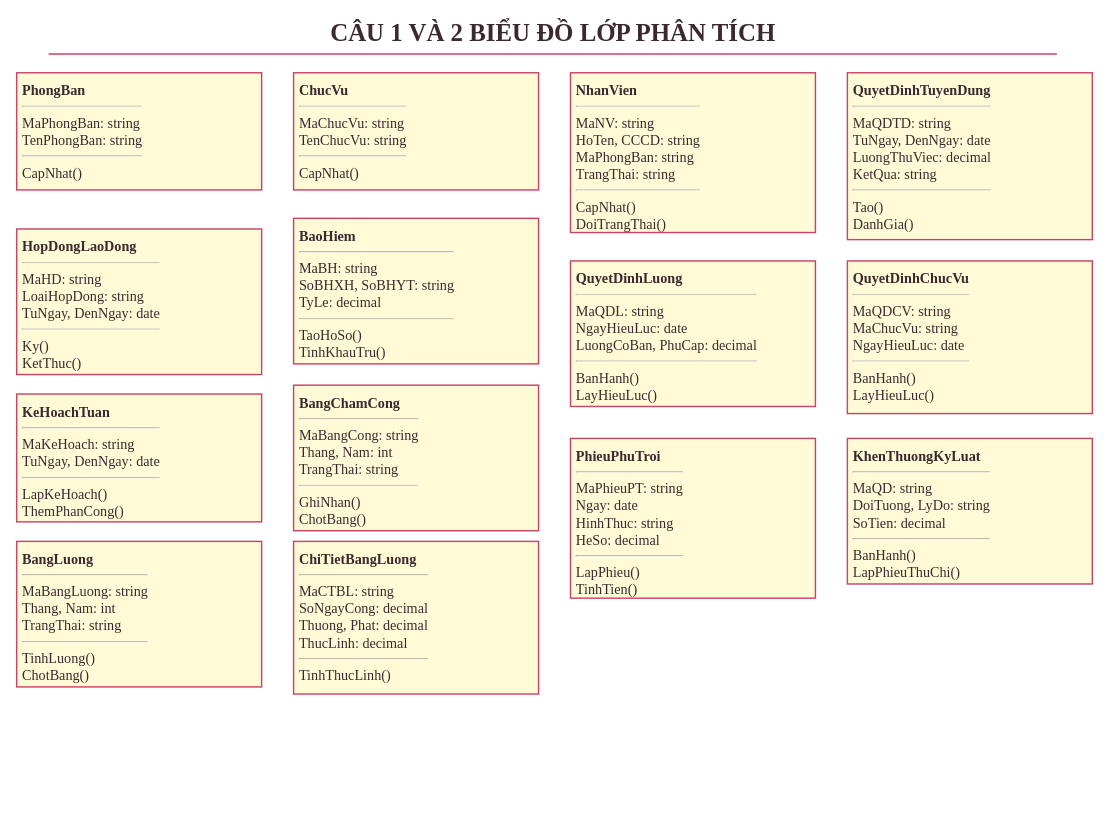
This is page "Câu 1 Và 2 Biểu Đồ Lớp Phân Tích" (1 of 7) of LAB_AT_OOSD/LAB07/thietke/PhamMinhGiang-12DHCNPM1-LAB07-User.drawio from 1250080044-PhamMinhGiang-12DHCNPM1/OOP-Lab, a draw.io file, before an edit. Source tidied: cells renumbered, new cells numbered last; positions are measured from the earlier drawing's top-left corner, leaving out a move shared by most shapes. Both pictures are drawn from the tidied source at 71%, with x=0, y=0 at pixel (16, 12).
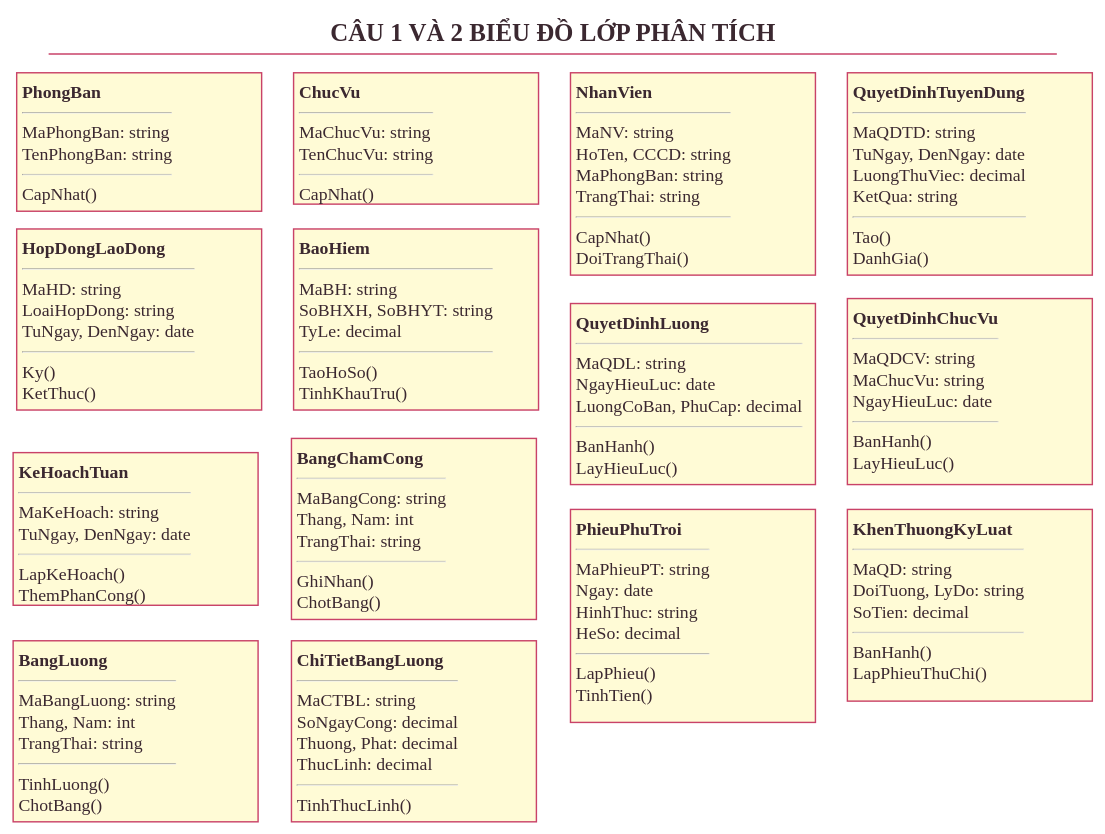
The same diagram, later.

The edit, as a diff of the source:
```diff
@@
 <mxGraphModel background="#FFFFFF">
   <root>
     <mxCell id="0" />
     <mxCell id="1" parent="0" />
     <mxCell id="2" value="CÂU 1 VÀ 2  BIỂU ĐỒ LỚP PHÂN TÍCH" style="text;html=1;align=center;verticalAlign=middle;fontSize=35;fontStyle=1;fontColor=#3B2830;strokeColor=none;fillColor=none;fontFamily=Times New Roman;" parent="1" vertex="1">
       <mxGeometry x="45" width="1420" height="58" as="geometry" />
     </mxCell>
-    <mxCell id="3" style="shape=line;strokeColor=#C94268;strokeWidth=2;fontFamily=Times New Roman;fontSize=20;align=left;" parent="1" vertex="1">
+    <mxCell id="3" style="shape=line;strokeColor=#C94268;strokeWidth=2;fontFamily=Times New Roman;fontSize=25;align=left;" parent="1" vertex="1">
       <mxGeometry x="45" y="58" width="1420" height="1" as="geometry" />
     </mxCell>
-    <mxCell id="4" value="&lt;b&gt;PhongBan&lt;/b&gt;&lt;hr&gt;MaPhongBan: string&lt;br&gt;TenPhongBan: string&lt;hr&gt;CapNhat()" style="rounded=0;whiteSpace=wrap;html=1;fontColor=#3B2830;strokeColor=#C94268;strokeWidth=2;fillColor=#FFFBD6;fontSize=20;align=left;verticalAlign=top;spacing=8;fontFamily=Times New Roman;" parent="1" vertex="1">
-      <mxGeometry y="85" width="345" height="165" as="geometry" />
+    <mxCell id="4" value="&lt;b&gt;PhongBan&lt;/b&gt;&lt;hr&gt;MaPhongBan: string&lt;br&gt;TenPhongBan: string&lt;hr&gt;CapNhat()" style="rounded=0;whiteSpace=wrap;html=1;fontColor=#3B2830;strokeColor=#C94268;strokeWidth=2;fillColor=#FFFBD6;fontSize=25;align=left;verticalAlign=top;spacing=8;fontFamily=Times New Roman;" parent="1" vertex="1">
+      <mxGeometry y="85" width="345" height="195" as="geometry" />
     </mxCell>
-    <mxCell id="5" value="&lt;b&gt;ChucVu&lt;/b&gt;&lt;hr&gt;MaChucVu: string&lt;br&gt;TenChucVu: string&lt;hr&gt;CapNhat()" style="rounded=0;whiteSpace=wrap;html=1;fontColor=#3B2830;strokeColor=#C94268;strokeWidth=2;fillColor=#FFFBD6;fontSize=20;align=left;verticalAlign=top;spacing=8;fontFamily=Times New Roman;" parent="1" vertex="1">
-      <mxGeometry x="390" y="85" width="345" height="165" as="geometry" />
+    <mxCell id="5" value="&lt;b&gt;ChucVu&lt;/b&gt;&lt;hr&gt;MaChucVu: string&lt;br&gt;TenChucVu: string&lt;hr&gt;CapNhat()" style="rounded=0;whiteSpace=wrap;html=1;fontColor=#3B2830;strokeColor=#C94268;strokeWidth=2;fillColor=#FFFBD6;fontSize=25;align=left;verticalAlign=top;spacing=8;fontFamily=Times New Roman;" parent="1" vertex="1">
+      <mxGeometry x="390" y="85" width="345" height="185" as="geometry" />
     </mxCell>
-    <mxCell id="6" value="&lt;b&gt;NhanVien&lt;/b&gt;&lt;hr&gt;MaNV: string&lt;br&gt;HoTen, CCCD: string&lt;br&gt;MaPhongBan: string&lt;br&gt;TrangThai: string&lt;hr&gt;CapNhat()&lt;br&gt;DoiTrangThai()" style="rounded=0;whiteSpace=wrap;html=1;fontColor=#3B2830;strokeColor=#C94268;strokeWidth=2;fillColor=#FFFBD6;fontSize=20;align=left;verticalAlign=top;spacing=8;fontFamily=Times New Roman;" parent="1" vertex="1">
-      <mxGeometry x="780" y="85" width="345" height="225" as="geometry" />
+    <mxCell id="6" value="&lt;b&gt;NhanVien&lt;/b&gt;&lt;hr&gt;MaNV: string&lt;br&gt;HoTen, CCCD: string&lt;br&gt;MaPhongBan: string&lt;br&gt;TrangThai: string&lt;hr&gt;CapNhat()&lt;br&gt;DoiTrangThai()" style="rounded=0;whiteSpace=wrap;html=1;fontColor=#3B2830;strokeColor=#C94268;strokeWidth=2;fillColor=#FFFBD6;fontSize=25;align=left;verticalAlign=top;spacing=8;fontFamily=Times New Roman;" parent="1" vertex="1">
+      <mxGeometry x="780" y="85" width="345" height="285" as="geometry" />
     </mxCell>
-    <mxCell id="7" value="&lt;b&gt;QuyetDinhTuyenDung&lt;/b&gt;&lt;hr&gt;MaQDTD: string&lt;br&gt;TuNgay, DenNgay: date&lt;br&gt;LuongThuViec: decimal&lt;br&gt;KetQua: string&lt;hr&gt;Tao()&lt;br&gt;DanhGia()" style="rounded=0;whiteSpace=wrap;html=1;fontColor=#3B2830;strokeColor=#C94268;strokeWidth=2;fillColor=#FFFBD6;fontSize=20;align=left;verticalAlign=top;spacing=8;fontFamily=Times New Roman;" parent="1" vertex="1">
-      <mxGeometry x="1170" y="85" width="345" height="235" as="geometry" />
+    <mxCell id="7" value="&lt;b&gt;QuyetDinhTuyenDung&lt;/b&gt;&lt;hr&gt;MaQDTD: string&lt;br&gt;TuNgay, DenNgay: date&lt;br&gt;LuongThuViec: decimal&lt;br&gt;KetQua: string&lt;hr&gt;Tao()&lt;br&gt;DanhGia()" style="rounded=0;whiteSpace=wrap;html=1;fontColor=#3B2830;strokeColor=#C94268;strokeWidth=2;fillColor=#FFFBD6;fontSize=25;align=left;verticalAlign=top;spacing=8;fontFamily=Times New Roman;" parent="1" vertex="1">
+      <mxGeometry x="1170" y="85" width="345" height="285" as="geometry" />
     </mxCell>
-    <mxCell id="8" value="&lt;b&gt;HopDongLaoDong&lt;/b&gt;&lt;hr&gt;MaHD: string&lt;br&gt;LoaiHopDong: string&lt;br&gt;TuNgay, DenNgay: date&lt;hr&gt;Ky()&lt;br&gt;KetThuc()" style="rounded=0;whiteSpace=wrap;html=1;fontColor=#3B2830;strokeColor=#C94268;strokeWidth=2;fillColor=#FFFBD6;fontSize=20;align=left;verticalAlign=top;spacing=8;fontFamily=Times New Roman;" parent="1" vertex="1">
-      <mxGeometry y="305" width="345" height="205" as="geometry" />
+    <mxCell id="8" value="&lt;b&gt;HopDongLaoDong&lt;/b&gt;&lt;hr&gt;MaHD: string&lt;br&gt;LoaiHopDong: string&lt;br&gt;TuNgay, DenNgay: date&lt;hr&gt;Ky()&lt;br&gt;KetThuc()" style="rounded=0;whiteSpace=wrap;html=1;fontColor=#3B2830;strokeColor=#C94268;strokeWidth=2;fillColor=#FFFBD6;fontSize=25;align=left;verticalAlign=top;spacing=8;fontFamily=Times New Roman;" parent="1" vertex="1">
+      <mxGeometry y="305" width="345" height="255" as="geometry" />
     </mxCell>
-    <mxCell id="9" value="&lt;b&gt;BaoHiem&lt;/b&gt;&lt;hr&gt;MaBH: string&lt;br&gt;SoBHXH, SoBHYT: string&lt;br&gt;TyLe: decimal&lt;hr&gt;TaoHoSo()&lt;br&gt;TinhKhauTru()" style="rounded=0;whiteSpace=wrap;html=1;fontColor=#3B2830;strokeColor=#C94268;strokeWidth=2;fillColor=#FFFBD6;fontSize=20;align=left;verticalAlign=top;spacing=8;fontFamily=Times New Roman;" parent="1" vertex="1">
-      <mxGeometry x="390" y="290" width="345" height="205" as="geometry" />
+    <mxCell id="9" value="&lt;b&gt;BaoHiem&lt;/b&gt;&lt;hr&gt;MaBH: string&lt;br&gt;SoBHXH, SoBHYT: string&lt;br&gt;TyLe: decimal&lt;hr&gt;TaoHoSo()&lt;br&gt;TinhKhauTru()" style="rounded=0;whiteSpace=wrap;html=1;fontColor=#3B2830;strokeColor=#C94268;strokeWidth=2;fillColor=#FFFBD6;fontSize=25;align=left;verticalAlign=top;spacing=8;fontFamily=Times New Roman;" parent="1" vertex="1">
+      <mxGeometry x="390" y="305" width="345" height="255" as="geometry" />
     </mxCell>
-    <mxCell id="10" value="&lt;b&gt;QuyetDinhLuong&lt;/b&gt;&lt;hr&gt;MaQDL: string&lt;br&gt;NgayHieuLuc: date&lt;br&gt;LuongCoBan, PhuCap: decimal&lt;hr&gt;BanHanh()&lt;br&gt;LayHieuLuc()" style="rounded=0;whiteSpace=wrap;html=1;fontColor=#3B2830;strokeColor=#C94268;strokeWidth=2;fillColor=#FFFBD6;fontSize=20;align=left;verticalAlign=top;spacing=8;fontFamily=Times New Roman;" parent="1" vertex="1">
-      <mxGeometry x="780" y="350" width="345" height="205" as="geometry" />
+    <mxCell id="10" value="&lt;b&gt;QuyetDinhLuong&lt;/b&gt;&lt;hr&gt;MaQDL: string&lt;br&gt;NgayHieuLuc: date&lt;br&gt;LuongCoBan, PhuCap: decimal&lt;hr&gt;BanHanh()&lt;br&gt;LayHieuLuc()" style="rounded=0;whiteSpace=wrap;html=1;fontColor=#3B2830;strokeColor=#C94268;strokeWidth=2;fillColor=#FFFBD6;fontSize=25;align=left;verticalAlign=top;spacing=8;fontFamily=Times New Roman;" parent="1" vertex="1">
+      <mxGeometry x="780" y="410" width="345" height="255" as="geometry" />
     </mxCell>
-    <mxCell id="11" value="&lt;b&gt;QuyetDinhChucVu&lt;/b&gt;&lt;hr&gt;MaQDCV: string&lt;br&gt;MaChucVu: string&lt;br&gt;NgayHieuLuc: date&lt;hr&gt;BanHanh()&lt;br&gt;LayHieuLuc()" style="rounded=0;whiteSpace=wrap;html=1;fontColor=#3B2830;strokeColor=#C94268;strokeWidth=2;fillColor=#FFFBD6;fontSize=20;align=left;verticalAlign=top;spacing=8;fontFamily=Times New Roman;" parent="1" vertex="1">
-      <mxGeometry x="1170" y="350" width="345" height="215" as="geometry" />
+    <mxCell id="11" value="&lt;b&gt;QuyetDinhChucVu&lt;/b&gt;&lt;hr&gt;MaQDCV: string&lt;br&gt;MaChucVu: string&lt;br&gt;NgayHieuLuc: date&lt;hr&gt;BanHanh()&lt;br&gt;LayHieuLuc()" style="rounded=0;whiteSpace=wrap;html=1;fontColor=#3B2830;strokeColor=#C94268;strokeWidth=2;fillColor=#FFFBD6;fontSize=25;align=left;verticalAlign=top;spacing=8;fontFamily=Times New Roman;" parent="1" vertex="1">
+      <mxGeometry x="1170" y="403" width="345" height="262" as="geometry" />
     </mxCell>
-    <mxCell id="12" value="&lt;b&gt;KeHoachTuan&lt;/b&gt;&lt;hr&gt;MaKeHoach: string&lt;br&gt;TuNgay, DenNgay: date&lt;hr&gt;LapKeHoach()&lt;br&gt;ThemPhanCong()" style="rounded=0;whiteSpace=wrap;html=1;fontColor=#3B2830;strokeColor=#C94268;strokeWidth=2;fillColor=#FFFBD6;fontSize=20;align=left;verticalAlign=top;spacing=8;fontFamily=Times New Roman;" parent="1" vertex="1">
-      <mxGeometry y="537.5" width="345" height="180" as="geometry" />
+    <mxCell id="12" value="&lt;b&gt;KeHoachTuan&lt;/b&gt;&lt;hr&gt;MaKeHoach: string&lt;br&gt;TuNgay, DenNgay: date&lt;hr&gt;LapKeHoach()&lt;br&gt;ThemPhanCong()" style="rounded=0;whiteSpace=wrap;html=1;fontColor=#3B2830;strokeColor=#C94268;strokeWidth=2;fillColor=#FFFBD6;fontSize=25;align=left;verticalAlign=top;spacing=8;fontFamily=Times New Roman;" parent="1" vertex="1">
+      <mxGeometry x="-5" y="620" width="345" height="215" as="geometry" />
     </mxCell>
-    <mxCell id="13" value="&lt;b&gt;BangChamCong&lt;/b&gt;&lt;hr&gt;MaBangCong: string&lt;br&gt;Thang, Nam: int&lt;br&gt;TrangThai: string&lt;hr&gt;GhiNhan()&lt;br&gt;ChotBang()" style="rounded=0;whiteSpace=wrap;html=1;fontColor=#3B2830;strokeColor=#C94268;strokeWidth=2;fillColor=#FFFBD6;fontSize=20;align=left;verticalAlign=top;spacing=8;fontFamily=Times New Roman;" parent="1" vertex="1">
-      <mxGeometry x="390" y="525" width="345" height="205" as="geometry" />
+    <mxCell id="13" value="&lt;b&gt;BangChamCong&lt;/b&gt;&lt;hr&gt;MaBangCong: string&lt;br&gt;Thang, Nam: int&lt;br&gt;TrangThai: string&lt;hr&gt;GhiNhan()&lt;br&gt;ChotBang()" style="rounded=0;whiteSpace=wrap;html=1;fontColor=#3B2830;strokeColor=#C94268;strokeWidth=2;fillColor=#FFFBD6;fontSize=25;align=left;verticalAlign=top;spacing=8;fontFamily=Times New Roman;" parent="1" vertex="1">
+      <mxGeometry x="387" y="600" width="345" height="255" as="geometry" />
     </mxCell>
-    <mxCell id="14" value="&lt;b&gt;PhieuPhuTroi&lt;/b&gt;&lt;hr&gt;MaPhieuPT: string&lt;br&gt;Ngay: date&lt;br&gt;HinhThuc: string&lt;br&gt;HeSo: decimal&lt;hr&gt;LapPhieu()&lt;br&gt;TinhTien()" style="rounded=0;whiteSpace=wrap;html=1;fontColor=#3B2830;strokeColor=#C94268;strokeWidth=2;fillColor=#FFFBD6;fontSize=20;align=left;verticalAlign=top;spacing=8;fontFamily=Times New Roman;" parent="1" vertex="1">
-      <mxGeometry x="780" y="600" width="345" height="225" as="geometry" />
+    <mxCell id="14" value="&lt;b&gt;PhieuPhuTroi&lt;/b&gt;&lt;hr&gt;MaPhieuPT: string&lt;br&gt;Ngay: date&lt;br&gt;HinhThuc: string&lt;br&gt;HeSo: decimal&lt;hr&gt;LapPhieu()&lt;br&gt;TinhTien()" style="rounded=0;whiteSpace=wrap;html=1;fontColor=#3B2830;strokeColor=#C94268;strokeWidth=2;fillColor=#FFFBD6;fontSize=25;align=left;verticalAlign=top;spacing=8;fontFamily=Times New Roman;" parent="1" vertex="1">
+      <mxGeometry x="780" y="700" width="345" height="300" as="geometry" />
     </mxCell>
-    <mxCell id="15" value="&lt;b&gt;KhenThuongKyLuat&lt;/b&gt;&lt;hr&gt;MaQD: string&lt;br&gt;DoiTuong, LyDo: string&lt;br&gt;SoTien: decimal&lt;hr&gt;BanHanh()&lt;br&gt;LapPhieuThuChi()" style="rounded=0;whiteSpace=wrap;html=1;fontColor=#3B2830;strokeColor=#C94268;strokeWidth=2;fillColor=#FFFBD6;fontSize=20;align=left;verticalAlign=top;spacing=8;fontFamily=Times New Roman;" parent="1" vertex="1">
-      <mxGeometry x="1170" y="600" width="345" height="205" as="geometry" />
+    <mxCell id="15" value="&lt;b&gt;KhenThuongKyLuat&lt;/b&gt;&lt;hr&gt;MaQD: string&lt;br&gt;DoiTuong, LyDo: string&lt;br&gt;SoTien: decimal&lt;hr&gt;BanHanh()&lt;br&gt;LapPhieuThuChi()" style="rounded=0;whiteSpace=wrap;html=1;fontColor=#3B2830;strokeColor=#C94268;strokeWidth=2;fillColor=#FFFBD6;fontSize=25;align=left;verticalAlign=top;spacing=8;fontFamily=Times New Roman;" parent="1" vertex="1">
+      <mxGeometry x="1170" y="700" width="345" height="270" as="geometry" />
     </mxCell>
-    <mxCell id="16" value="&lt;b&gt;BangLuong&lt;/b&gt;&lt;hr&gt;MaBangLuong: string&lt;br&gt;Thang, Nam: int&lt;br&gt;TrangThai: string&lt;hr&gt;TinhLuong()&lt;br&gt;ChotBang()" style="rounded=0;whiteSpace=wrap;html=1;fontColor=#3B2830;strokeColor=#C94268;strokeWidth=2;fillColor=#FFFBD6;fontSize=20;align=left;verticalAlign=top;spacing=8;fontFamily=Times New Roman;" parent="1" vertex="1">
-      <mxGeometry y="745" width="345" height="205" as="geometry" />
+    <mxCell id="16" value="&lt;b&gt;BangLuong&lt;/b&gt;&lt;hr&gt;MaBangLuong: string&lt;br&gt;Thang, Nam: int&lt;br&gt;TrangThai: string&lt;hr&gt;TinhLuong()&lt;br&gt;ChotBang()" style="rounded=0;whiteSpace=wrap;html=1;fontColor=#3B2830;strokeColor=#C94268;strokeWidth=2;fillColor=#FFFBD6;fontSize=25;align=left;verticalAlign=top;spacing=8;fontFamily=Times New Roman;" parent="1" vertex="1">
+      <mxGeometry x="-5" y="885" width="345" height="255" as="geometry" />
     </mxCell>
-    <mxCell id="17" value="&lt;b&gt;ChiTietBangLuong&lt;/b&gt;&lt;hr&gt;MaCTBL: string&lt;br&gt;SoNgayCong: decimal&lt;br&gt;Thuong, Phat: decimal&lt;br&gt;ThucLinh: decimal&lt;hr&gt;TinhThucLinh()" style="rounded=0;whiteSpace=wrap;html=1;fontColor=#3B2830;strokeColor=#C94268;strokeWidth=2;fillColor=#FFFBD6;fontSize=20;align=left;verticalAlign=top;spacing=8;fontFamily=Times New Roman;" parent="1" vertex="1">
-      <mxGeometry x="390" y="745" width="345" height="215" as="geometry" />
+    <mxCell id="17" value="&lt;b&gt;ChiTietBangLuong&lt;/b&gt;&lt;hr&gt;MaCTBL: string&lt;br&gt;SoNgayCong: decimal&lt;br&gt;Thuong, Phat: decimal&lt;br&gt;ThucLinh: decimal&lt;hr&gt;TinhThucLinh()" style="rounded=0;whiteSpace=wrap;html=1;fontColor=#3B2830;strokeColor=#C94268;strokeWidth=2;fillColor=#FFFBD6;fontSize=25;align=left;verticalAlign=top;spacing=8;fontFamily=Times New Roman;" parent="1" vertex="1">
+      <mxGeometry x="387" y="885" width="345" height="255" as="geometry" />
     </mxCell>
   </root>
 </mxGraphModel>
```
